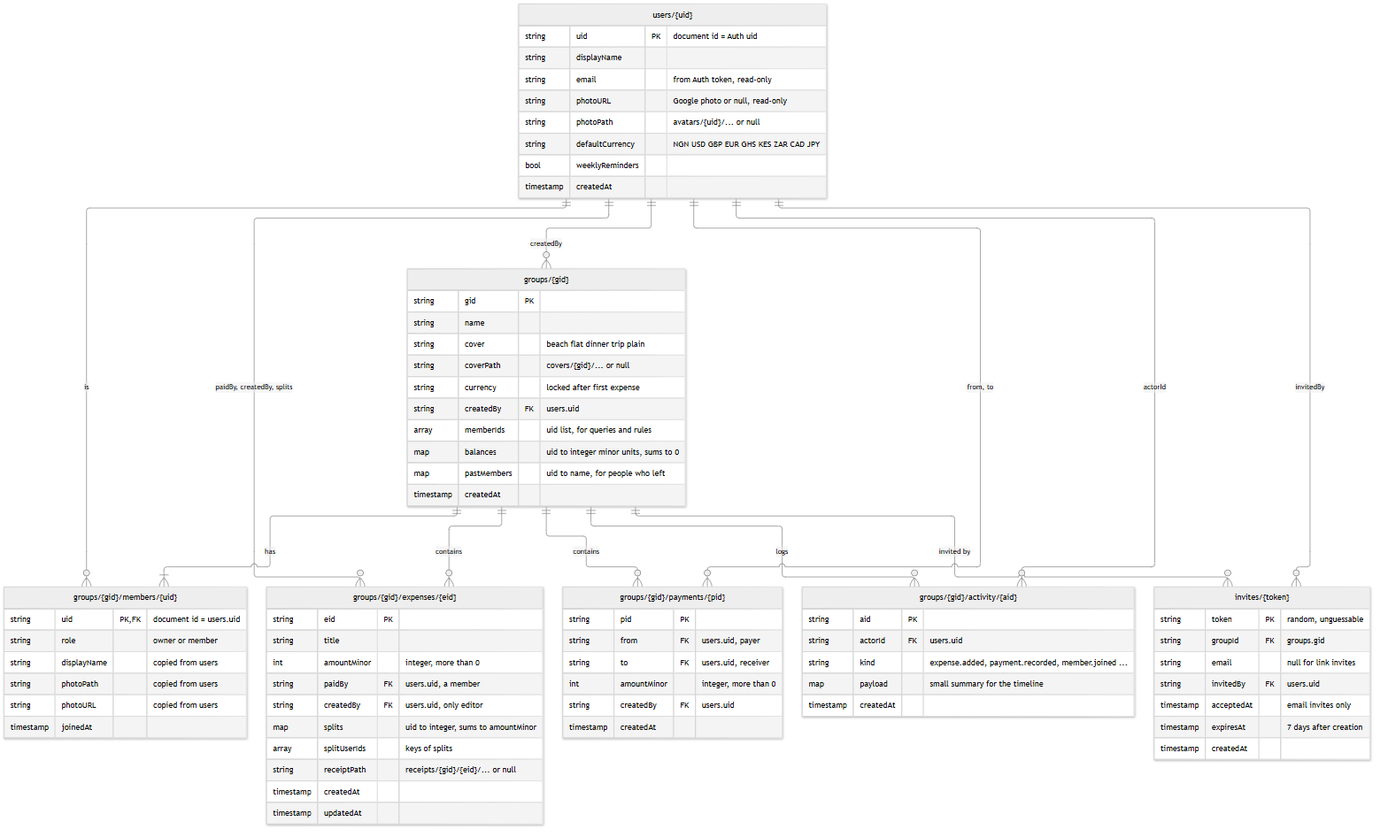
This is docs/data-model.png from Ishurrla/SplitIt, a Mermaid export, as it was before one commit. Its source is kept beside it as docs/data-model.mmd.
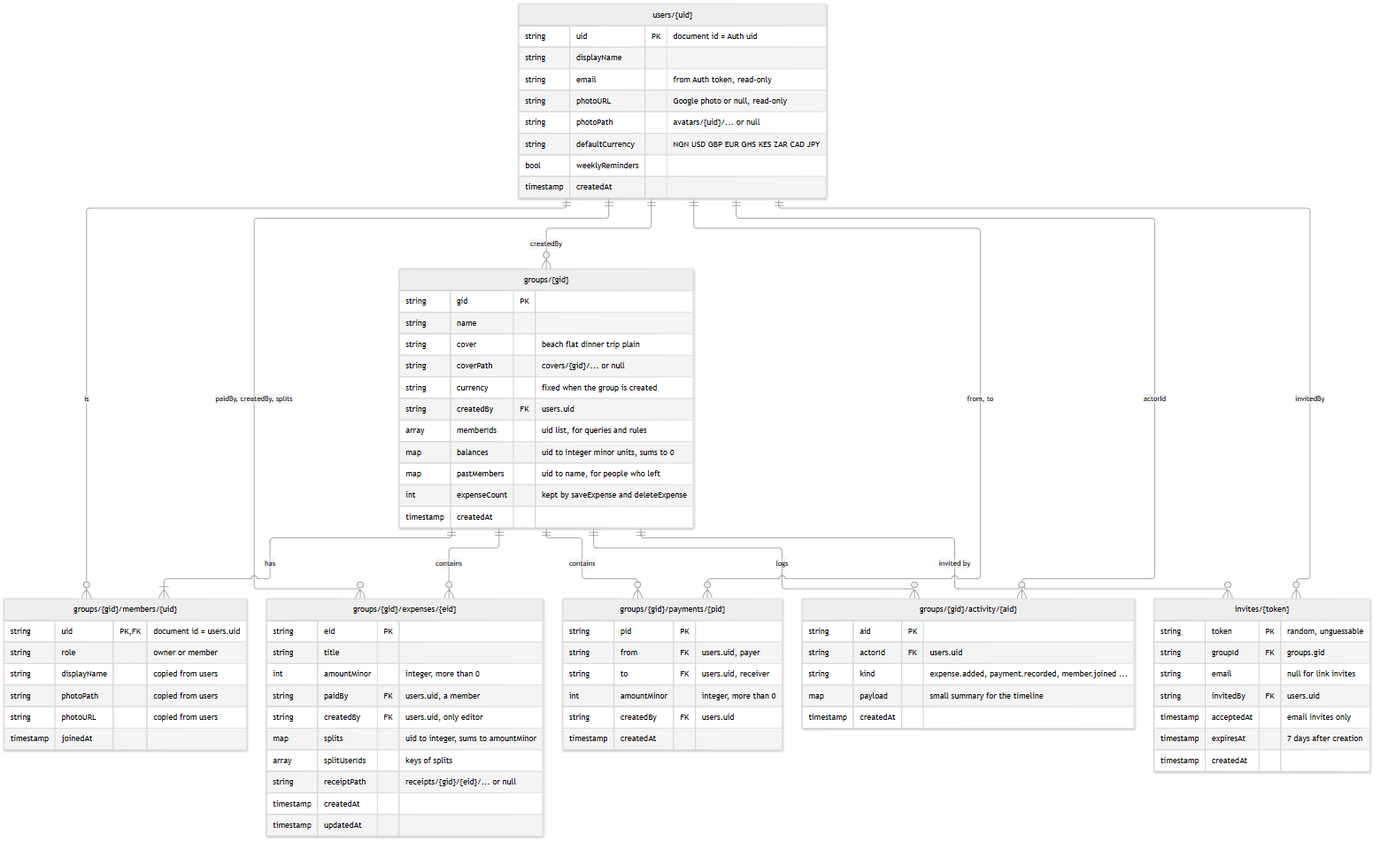
The same diagram one commit later.

Diff of the diagram source:
```diff
@@ -15,11 +15,12 @@
     string name
     string cover "beach flat dinner trip plain"
     string coverPath "covers/{gid}/... or null"
-    string currency "locked after first expense"
+    string currency "fixed when the group is created"
     string createdBy FK "users.uid"
     array memberIds "uid list, for queries and rules"
     map balances "uid to integer minor units, sums to 0"
     map pastMembers "uid to name, for people who left"
+    int expenseCount "kept by saveExpense and deleteExpense"
     timestamp createdAt
   }
 
```
